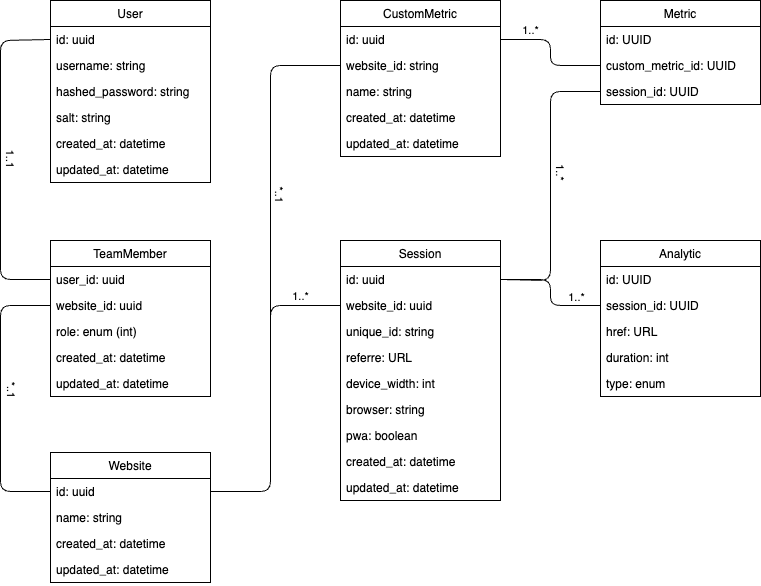
Above: documentation/database_schema.drawio.png in Nikditten/BachelorProjekt (draw.io), before the change. Source tidied: cells renumbered, new cells last; positions are measured from the earlier drawing's top-left corner, leaving out a move shared by most shapes.
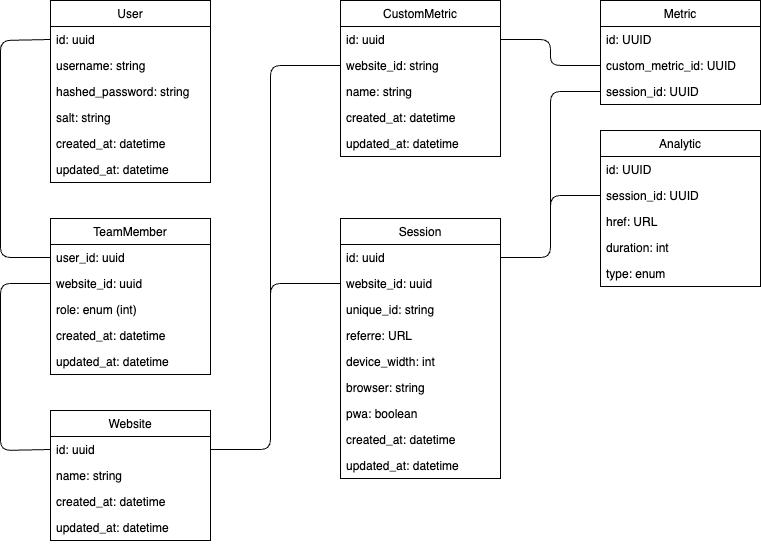
Later version of the same file.

Diff of the diagram source:
```diff
@@ -24,7 +24,7 @@
       <mxGeometry y="156" width="160" height="26" as="geometry" />
     </mxCell>
     <mxCell id="9" value="Session" style="swimlane;fontStyle=0;horizontal=1;startSize=26;fillColor=none;" parent="1" vertex="1">
-      <mxGeometry x="340" y="240" width="160" height="260" as="geometry" />
+      <mxGeometry x="340" y="218" width="160" height="260" as="geometry" />
     </mxCell>
     <mxCell id="10" value="id: uuid" style="text;strokeColor=none;fillColor=none;align=left;verticalAlign=top;spacingLeft=4;spacingRight=4;overflow=hidden;points=[[0,0.5],[1,0.5]];portConstraint=eastwest;" parent="9" vertex="1">
       <mxGeometry y="26" width="160" height="26" as="geometry" />
@@ -54,7 +54,7 @@
       <mxGeometry y="234" width="160" height="26" as="geometry" />
     </mxCell>
     <mxCell id="19" value="Website" style="swimlane;fontStyle=0;horizontal=1;startSize=26;fillColor=none;" parent="1" vertex="1">
-      <mxGeometry x="50" y="452" width="160" height="130" as="geometry" />
+      <mxGeometry x="50" y="410" width="160" height="130" as="geometry" />
     </mxCell>
     <mxCell id="20" value="id: uuid" style="text;strokeColor=none;fillColor=none;align=left;verticalAlign=top;spacingLeft=4;spacingRight=4;overflow=hidden;points=[[0,0.5],[1,0.5]];portConstraint=eastwest;" parent="19" vertex="1">
       <mxGeometry y="26" width="160" height="26" as="geometry" />
@@ -99,7 +99,7 @@
       <mxGeometry y="78" width="160" height="26" as="geometry" />
     </mxCell>
     <mxCell id="34" value="Analytic" style="swimlane;fontStyle=0;horizontal=1;startSize=26;fillColor=none;" parent="1" vertex="1">
-      <mxGeometry x="600" y="240" width="160" height="156" as="geometry" />
+      <mxGeometry x="600" y="130" width="160" height="156" as="geometry" />
     </mxCell>
     <mxCell id="35" value="id: UUID" style="text;strokeColor=none;fillColor=none;align=left;verticalAlign=top;spacingLeft=4;spacingRight=4;overflow=hidden;" parent="34" vertex="1">
       <mxGeometry y="26" width="160" height="26" as="geometry" />
@@ -117,7 +117,7 @@
       <mxGeometry y="130" width="160" height="26" as="geometry" />
     </mxCell>
     <mxCell id="40" value="TeamMember" style="swimlane;fontStyle=0;horizontal=1;startSize=26;fillColor=none;" parent="1" vertex="1">
-      <mxGeometry x="50" y="240" width="160" height="156" as="geometry" />
+      <mxGeometry x="50" y="218" width="160" height="156" as="geometry" />
     </mxCell>
     <mxCell id="41" value="user_id: uuid" style="text;strokeColor=none;fillColor=none;align=left;verticalAlign=top;spacingLeft=4;spacingRight=4;overflow=hidden;points=[[0,0.5],[1,0.5]];portConstraint=eastwest;" parent="40" vertex="1">
       <mxGeometry y="26" width="160" height="26" as="geometry" />
@@ -139,55 +139,19 @@
         <Array as="points">
           <mxPoint y="40" />
           <mxPoint y="160" />
-          <mxPoint y="279" />
+          <mxPoint y="257" />
         </Array>
       </mxGeometry>
     </mxCell>
-    <mxCell id="47" value="1..1" style="edgeLabel;html=1;align=center;verticalAlign=middle;rotation=90;" parent="46" vertex="1">
-      <mxGeometry x="0.19" relative="1" as="geometry">
-        <mxPoint x="10" y="-34" as="offset" />
-      </mxGeometry>
-    </mxCell>
     <mxCell id="48" style="edgeStyle=none;html=1;exitX=0;exitY=0.5;exitDx=0;exitDy=0;entryX=0;entryY=0.5;entryDx=0;entryDy=0;endArrow=none;endFill=0;" parent="1" edge="1" source="42" target="20">
       <mxGeometry relative="1" as="geometry">
         <Array as="points">
-          <mxPoint y="305" />
+          <mxPoint y="283" />
           <mxPoint y="400" />
-          <mxPoint y="491" />
+          <mxPoint y="450" />
         </Array>
       </mxGeometry>
     </mxCell>
-    <mxCell id="49" value="*..1" style="edgeLabel;html=1;align=center;verticalAlign=middle;rotation=90;" parent="48" vertex="1">
-      <mxGeometry x="-0.06" y="1" relative="1" as="geometry">
-        <mxPoint x="10" as="offset" />
-      </mxGeometry>
-    </mxCell>
-    <mxCell id="50" style="edgeStyle=none;html=1;exitX=1;exitY=0.5;exitDx=0;exitDy=0;entryX=0;entryY=0.5;entryDx=0;entryDy=0;endArrow=none;endFill=0;" parent="1" edge="1" source="20" target="11">
-      <mxGeometry relative="1" as="geometry">
-        <Array as="points">
-          <mxPoint x="270" y="491" />
-          <mxPoint x="270" y="305" />
-        </Array>
-      </mxGeometry>
-    </mxCell>
-    <mxCell id="51" value="1..*" style="edgeLabel;html=1;align=center;verticalAlign=middle;" parent="50" vertex="1">
-      <mxGeometry x="0.7" y="-1" relative="1" as="geometry">
-        <mxPoint x="7" y="-10" as="offset" />
-      </mxGeometry>
-    </mxCell>
-    <mxCell id="52" style="edgeStyle=none;html=1;exitX=1;exitY=0.5;exitDx=0;exitDy=0;entryX=0;entryY=0.5;entryDx=0;entryDy=0;endArrow=none;endFill=0;" parent="1" edge="1" source="10" target="36">
-      <mxGeometry relative="1" as="geometry">
-        <Array as="points">
-          <mxPoint x="550" y="279" />
-          <mxPoint x="550" y="305" />
-        </Array>
-      </mxGeometry>
-    </mxCell>
-    <mxCell id="53" value="1..*" style="edgeLabel;html=1;align=center;verticalAlign=middle;" parent="52" vertex="1">
-      <mxGeometry x="0.48" y="1" relative="1" as="geometry">
-        <mxPoint x="9" y="-7" as="offset" />
-      </mxGeometry>
-    </mxCell>
     <mxCell id="54" style="edgeStyle=none;html=1;exitX=1;exitY=0.5;exitDx=0;exitDy=0;entryX=0;entryY=0.5;entryDx=0;entryDy=0;endArrow=none;endFill=0;" parent="1" edge="1" source="25" target="32">
       <mxGeometry relative="1" as="geometry">
         <Array as="points">
@@ -196,38 +160,39 @@
         </Array>
       </mxGeometry>
     </mxCell>
-    <mxCell id="55" value="1..*" style="edgeLabel;html=1;align=center;verticalAlign=middle;" parent="54" vertex="1">
-      <mxGeometry x="-0.42" y="-1" relative="1" as="geometry">
-        <mxPoint x="-7" y="-10" as="offset" />
-      </mxGeometry>
-    </mxCell>
     <mxCell id="56" style="edgeStyle=none;html=1;exitX=0;exitY=0.5;exitDx=0;exitDy=0;entryX=1;entryY=0.5;entryDx=0;entryDy=0;endArrow=none;endFill=0;" parent="1" edge="1" source="26" target="20">
       <mxGeometry relative="1" as="geometry">
         <Array as="points">
           <mxPoint x="270" y="65" />
           <mxPoint x="270" y="310" />
-          <mxPoint x="270" y="491" />
+          <mxPoint x="270" y="449" />
         </Array>
       </mxGeometry>
     </mxCell>
-    <mxCell id="57" value="*..1" style="edgeLabel;html=1;align=center;verticalAlign=middle;rotation=90;" parent="56" vertex="1">
-      <mxGeometry x="-0.29" y="-2" relative="1" as="geometry">
-        <mxPoint x="12" as="offset" />
-      </mxGeometry>
-    </mxCell>
     <mxCell id="58" style="edgeStyle=none;html=1;exitX=0;exitY=0.5;exitDx=0;exitDy=0;endArrow=none;endFill=0;entryX=1;entryY=0.5;entryDx=0;entryDy=0;" parent="1" edge="1" source="33" target="10">
       <mxGeometry relative="1" as="geometry">
         <Array as="points">
           <mxPoint x="550" y="91" />
           <mxPoint x="550" y="190" />
-          <mxPoint x="550" y="280" />
+          <mxPoint x="550" y="257" />
         </Array>
       </mxGeometry>
     </mxCell>
-    <mxCell id="59" value="1..*" style="edgeLabel;html=1;align=center;verticalAlign=middle;rotation=90;" parent="58" vertex="1">
-      <mxGeometry x="-0.31" y="2" relative="1" as="geometry">
-        <mxPoint x="9" y="31" as="offset" />
+    <mxCell id="59" style="edgeStyle=none;html=1;exitX=0;exitY=0.5;exitDx=0;exitDy=0;entryX=1;entryY=0.5;entryDx=0;entryDy=0;endArrow=none;endFill=0;" parent="1" edge="1" source="36" target="10">
+      <mxGeometry relative="1" as="geometry">
+        <Array as="points">
+          <mxPoint x="550" y="195" />
+          <mxPoint x="550" y="257" />
+        </Array>
       </mxGeometry>
     </mxCell>
+    <mxCell id="60" style="edgeStyle=none;html=1;exitX=0;exitY=0.5;exitDx=0;exitDy=0;entryX=1;entryY=0.5;entryDx=0;entryDy=0;endArrow=none;endFill=0;" parent="1" edge="1" source="11" target="20">
+      <mxGeometry relative="1" as="geometry">
+        <Array as="points">
+          <mxPoint x="270" y="283" />
+          <mxPoint x="270" y="449" />
+        </Array>
+      </mxGeometry>
+    </mxCell>
   </root>
 </mxGraphModel>
```
